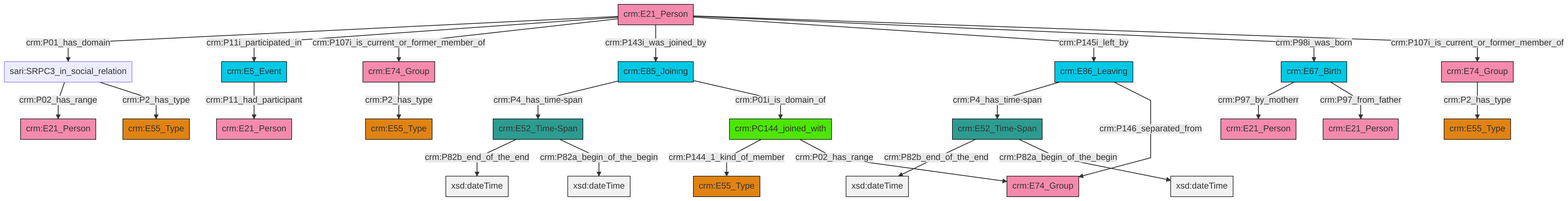
The Mermaid diagram et/personCSV/ttl/mmd/png/Person_Actor_Relations.png in swiss-art-research-net/docs.swissartresearch, before a commit. Its source is kept beside it as et/personCSV/ttl/mmd/Person_Actor_Relations.ttl.mmd.
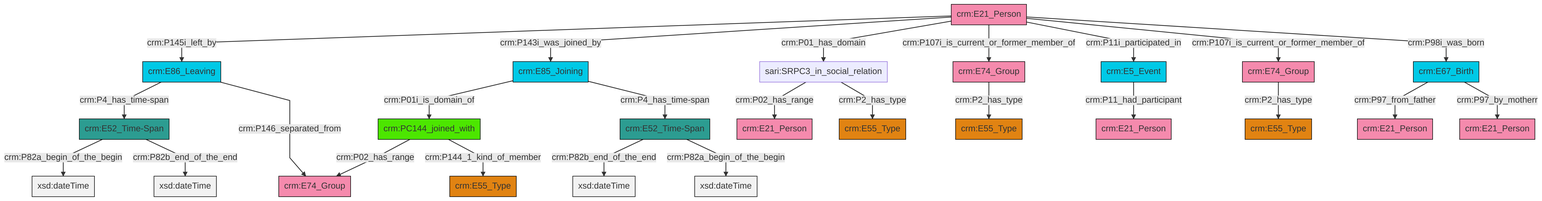
After the commit.

Change to the diagram source:
```diff
@@ -13,27 +13,27 @@
 classDef PC_Classes fill:#4ce600, stroke:#000000;
 classDef Multi fill:#cccccc,stroke:#000000;
 
-0["crm:E86_Leaving"]:::Temporal_Entity -->|crm:P4_has_time-span| 1["crm:E52_Time-Span"]:::Time-Span
-4["crm:PC144_joined_with"]:::PC_Classes -->|crm:P144_1_kind_of_member| 5["crm:E55_Type"]:::Type
-6["crm:E21_Person"]:::Actor -->|crm:P01_has_domain| 7["sari:SRPC3_in_social_relation"]:::Default
-6["crm:E21_Person"]:::Actor -->|crm:P11i_participated_in| 9["crm:E5_Event"]:::Temporal_Entity
-1["crm:E52_Time-Span"]:::Time-Span -->|crm:P82b_end_of_the_end| 10[xsd:dateTime]:::Literal
-6["crm:E21_Person"]:::Actor -->|crm:P107i_is_current_or_former_member_of| 11["crm:E74_Group"]:::Actor
-6["crm:E21_Person"]:::Actor -->|crm:P143i_was_joined_by| 12["crm:E85_Joining"]:::Temporal_Entity
-12["crm:E85_Joining"]:::Temporal_Entity -->|crm:P4_has_time-span| 13["crm:E52_Time-Span"]:::Time-Span
-6["crm:E21_Person"]:::Actor -->|crm:P145i_left_by| 0["crm:E86_Leaving"]:::Temporal_Entity
-11["crm:E74_Group"]:::Actor -->|crm:P2_has_type| 14["crm:E55_Type"]:::Type
-6["crm:E21_Person"]:::Actor -->|crm:P98i_was_born| 2["crm:E67_Birth"]:::Temporal_Entity
-2["crm:E67_Birth"]:::Temporal_Entity -->|crm:P97_by_motherr| 28["crm:E21_Person"]:::Actor
-7["sari:SRPC3_in_social_relation"]:::Default -->|crm:P02_has_range| 20["crm:E21_Person"]:::Actor
-2["crm:E67_Birth"]:::Temporal_Entity -->|crm:P97_from_father| 34["crm:E21_Person"]:::Actor
-6["crm:E21_Person"]:::Actor -->|crm:P107i_is_current_or_former_member_of| 32["crm:E74_Group"]:::Actor
-7["sari:SRPC3_in_social_relation"]:::Default -->|crm:P2_has_type| 30["crm:E55_Type"]:::Type
-12["crm:E85_Joining"]:::Temporal_Entity -->|crm:P01i_is_domain_of| 4["crm:PC144_joined_with"]:::PC_Classes
-1["crm:E52_Time-Span"]:::Time-Span -->|crm:P82a_begin_of_the_begin| 35[xsd:dateTime]:::Literal
-13["crm:E52_Time-Span"]:::Time-Span -->|crm:P82b_end_of_the_end| 37[xsd:dateTime]:::Literal
-4["crm:PC144_joined_with"]:::PC_Classes -->|crm:P02_has_range| 40["crm:E74_Group"]:::Actor
-13["crm:E52_Time-Span"]:::Time-Span -->|crm:P82a_begin_of_the_begin| 42[xsd:dateTime]:::Literal
-0["crm:E86_Leaving"]:::Temporal_Entity -->|crm:P146_separated_from| 40["crm:E74_Group"]:::Actor
-32["crm:E74_Group"]:::Actor -->|crm:P2_has_type| 22["crm:E55_Type"]:::Type
-9["crm:E5_Event"]:::Temporal_Entity -->|crm:P11_had_participant| 44["crm:E21_Person"]:::Actor
+2["crm:PC144_joined_with"]:::PC_Classes -->|crm:P02_has_range| 3["crm:E74_Group"]:::Actor
+8["crm:E67_Birth"]:::Temporal_Entity -->|crm:P97_from_father| 9["crm:E21_Person"]:::Actor
+10["crm:E21_Person"]:::Actor -->|crm:P145i_left_by| 11["crm:E86_Leaving"]:::Temporal_Entity
+12["crm:E52_Time-Span"]:::Time-Span -->|crm:P82b_end_of_the_end| 13[xsd:dateTime]:::Literal
+15["crm:E52_Time-Span"]:::Time-Span -->|crm:P82a_begin_of_the_begin| 16[xsd:dateTime]:::Literal
+19["crm:E85_Joining"]:::Temporal_Entity -->|crm:P01i_is_domain_of| 2["crm:PC144_joined_with"]:::PC_Classes
+10["crm:E21_Person"]:::Actor -->|crm:P143i_was_joined_by| 19["crm:E85_Joining"]:::Temporal_Entity
+11["crm:E86_Leaving"]:::Temporal_Entity -->|crm:P4_has_time-span| 15["crm:E52_Time-Span"]:::Time-Span
+19["crm:E85_Joining"]:::Temporal_Entity -->|crm:P4_has_time-span| 12["crm:E52_Time-Span"]:::Time-Span
+20["crm:E74_Group"]:::Actor -->|crm:P2_has_type| 28["crm:E55_Type"]:::Type
+29["sari:SRPC3_in_social_relation"]:::Default -->|crm:P02_has_range| 30["crm:E21_Person"]:::Actor
+10["crm:E21_Person"]:::Actor -->|crm:P01_has_domain| 29["sari:SRPC3_in_social_relation"]:::Default
+15["crm:E52_Time-Span"]:::Time-Span -->|crm:P82b_end_of_the_end| 31[xsd:dateTime]:::Literal
+10["crm:E21_Person"]:::Actor -->|crm:P107i_is_current_or_former_member_of| 20["crm:E74_Group"]:::Actor
+2["crm:PC144_joined_with"]:::PC_Classes -->|crm:P144_1_kind_of_member| 22["crm:E55_Type"]:::Type
+11["crm:E86_Leaving"]:::Temporal_Entity -->|crm:P146_separated_from| 3["crm:E74_Group"]:::Actor
+29["sari:SRPC3_in_social_relation"]:::Default -->|crm:P2_has_type| 24["crm:E55_Type"]:::Type
+8["crm:E67_Birth"]:::Temporal_Entity -->|crm:P97_by_motherr| 17["crm:E21_Person"]:::Actor
+10["crm:E21_Person"]:::Actor -->|crm:P11i_participated_in| 0["crm:E5_Event"]:::Temporal_Entity
+10["crm:E21_Person"]:::Actor -->|crm:P107i_is_current_or_former_member_of| 6["crm:E74_Group"]:::Actor
+0["crm:E5_Event"]:::Temporal_Entity -->|crm:P11_had_participant| 4["crm:E21_Person"]:::Actor
+10["crm:E21_Person"]:::Actor -->|crm:P98i_was_born| 8["crm:E67_Birth"]:::Temporal_Entity
+6["crm:E74_Group"]:::Actor -->|crm:P2_has_type| 37["crm:E55_Type"]:::Type
+12["crm:E52_Time-Span"]:::Time-Span -->|crm:P82a_begin_of_the_begin| 46[xsd:dateTime]:::Literal
```
